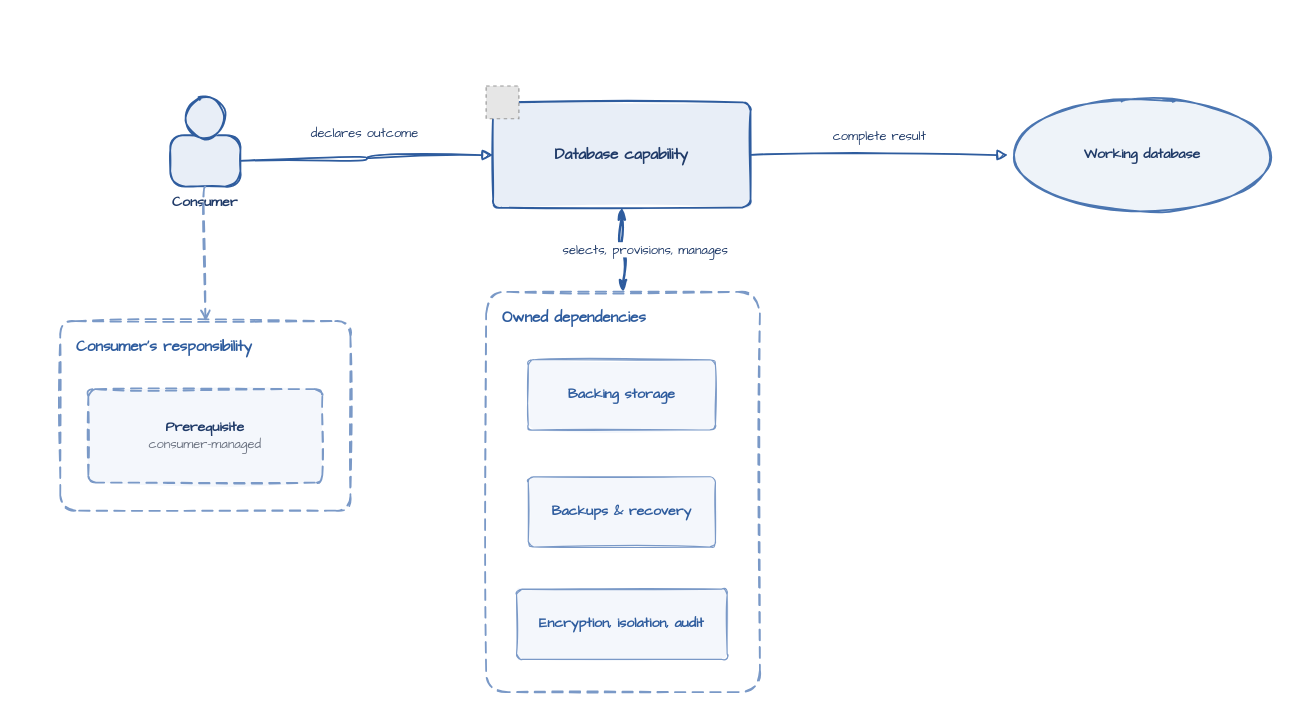
This is diagrams/factor-3-encapsulated-dependencies.drawio from missBerg/platform-capabilities, a draw.io file, before an edit. Source tidied: cells renumbered, new cells numbered last; positions are measured from the earlier drawing's top-left corner, leaving out a move shared by most shapes. Both pictures are drawn from the tidied source at 117%, with x=0, y=0 at pixel (60, 85). Pictures stored in the file or linked from it are replaced by grey dashed boxes.
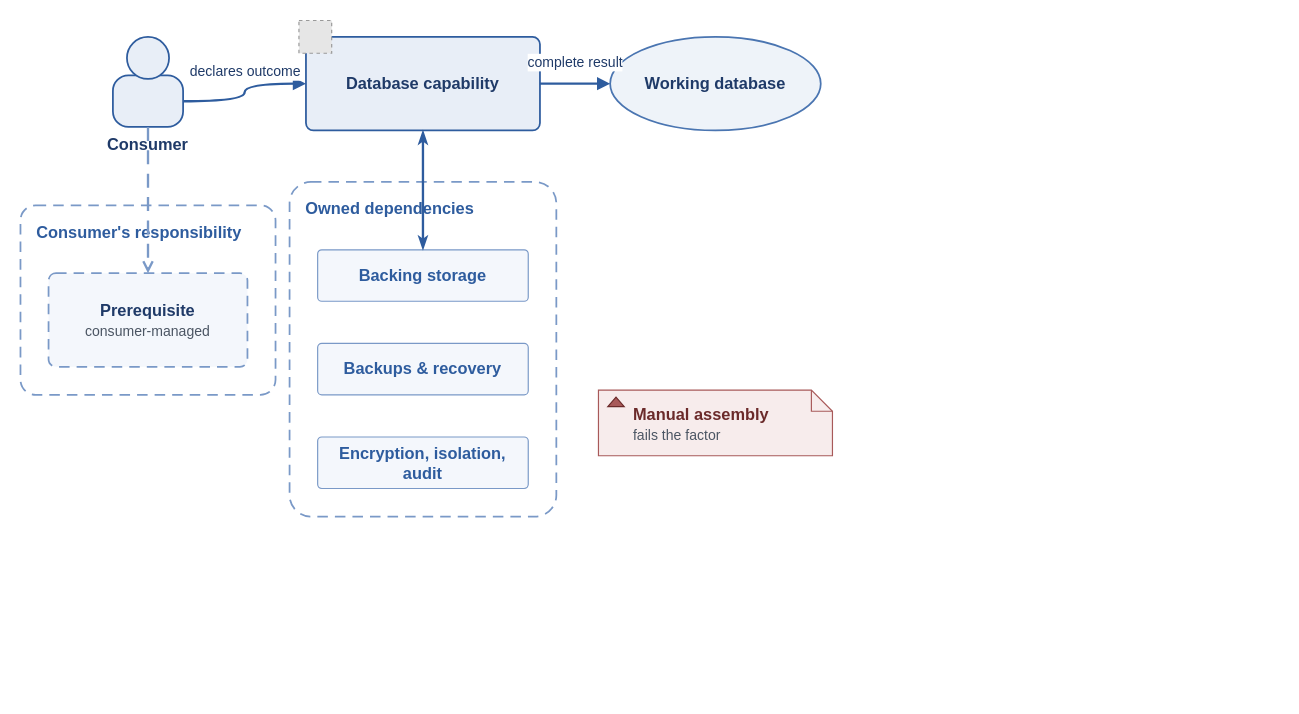
The same diagram, later.

Diff of the diagram source:
```diff
@@
-    <mxCell id="2" value="&lt;b&gt;Consumer&amp;#x27;s responsibility&lt;/b&gt;" style="rounded=1;whiteSpace=wrap;html=1;arcSize=8;fillColor=none;strokeColor=#7A99C7;strokeWidth=1.5;fontColor=#2E5C9E;fontFamily=Comic Sans MS;fontSize=13;align=left;verticalAlign=top;dashed=1;dashPattern=6 4;spacingLeft=12;spacingTop=8;shadow=0;sketch=1;" parent="1" vertex="1">
-      <mxGeometry y="201" width="248" height="162" as="geometry" />
+    <mxCell id="2" value="&lt;b&gt;Consumer&amp;#x27;s responsibility&lt;/b&gt;" style="rounded=1;whiteSpace=wrap;html=1;arcSize=8;fillColor=none;strokeColor=#7A99C7;strokeWidth=1.5;fontColor=#2E5C9E;fontFamily=Helvetica;fontSize=14;align=left;verticalAlign=top;dashed=1;dashPattern=6 4;spacingLeft=12;spacingTop=8;shadow=0;" parent="1" vertex="1">
+      <mxGeometry x="-34" y="102" width="218" height="162" as="geometry" />
     </mxCell>
-    <mxCell id="3" value="&lt;b&gt;Owned dependencies&lt;/b&gt;" style="rounded=1;whiteSpace=wrap;html=1;arcSize=8;fillColor=none;strokeColor=#7A99C7;strokeWidth=1.5;fontColor=#2E5C9E;fontFamily=Comic Sans MS;fontSize=13;align=left;verticalAlign=top;dashed=1;dashPattern=6 4;spacingLeft=12;spacingTop=8;shadow=0;sketch=1;" parent="1" vertex="1">
-      <mxGeometry x="364" y="176" width="234" height="342" as="geometry" />
+    <mxCell id="3" value="&lt;b&gt;Owned dependencies&lt;/b&gt;" style="rounded=1;whiteSpace=wrap;html=1;arcSize=8;fillColor=none;strokeColor=#7A99C7;strokeWidth=1.5;fontColor=#2E5C9E;fontFamily=Helvetica;fontSize=14;align=left;verticalAlign=top;dashed=1;dashPattern=6 4;spacingLeft=12;spacingTop=8;shadow=0;" parent="1" vertex="1">
+      <mxGeometry x="196" y="82" width="228" height="286" as="geometry" />
     </mxCell>
-    <mxCell id="4" value="&lt;b&gt;Consumer&lt;/b&gt;" style="rounded=1;whiteSpace=wrap;html=1;arcSize=30;fillColor=#E8EEF7;strokeColor=#2E5C9E;strokeWidth=1.5;fontColor=#1F3A68;fontFamily=Comic Sans MS;fontSize=12;verticalLabelPosition=bottom;verticalAlign=top;labelPosition=center;align=center;shadow=0;sketch=1;fillStyle=solid;" parent="1" vertex="1">
-      <mxGeometry x="94" y="42" width="60" height="44" as="geometry" />
+    <mxCell id="4" value="&lt;b&gt;Consumer&lt;/b&gt;" style="rounded=1;whiteSpace=wrap;html=1;arcSize=30;fillColor=#E8EEF7;strokeColor=#2E5C9E;strokeWidth=1.5;fontColor=#1F3A68;fontFamily=Helvetica;fontSize=14;verticalLabelPosition=bottom;verticalAlign=top;labelPosition=center;align=center;shadow=0;" parent="1" vertex="1">
+      <mxGeometry x="45" y="-9" width="60" height="44" as="geometry" />
     </mxCell>
-    <mxCell id="5" style="ellipse;whiteSpace=wrap;html=1;fillColor=#E8EEF7;strokeColor=#2E5C9E;strokeWidth=1.5;shadow=0;sketch=1;fillStyle=solid;" parent="1" vertex="1">
-      <mxGeometry x="106" y="9" width="36" height="36" as="geometry" />
+    <mxCell id="5" style="ellipse;whiteSpace=wrap;html=1;fillColor=#E8EEF7;strokeColor=#2E5C9E;strokeWidth=1.5;shadow=0;" parent="1" vertex="1">
+      <mxGeometry x="57" y="-42" width="36" height="36" as="geometry" />
     </mxCell>
-    <mxCell id="6" value="&lt;b&gt;Prerequisite&lt;/b&gt;&lt;br&gt;&lt;font style=&quot;font-size: 11px&quot; color=&quot;#6B7280&quot;&gt;consumer-managed&lt;/font&gt;" style="rounded=1;whiteSpace=wrap;html=1;arcSize=8;fillColor=#F4F7FC;strokeColor=#7A99C7;strokeWidth=1.5;dashed=1;dashPattern=6 4;fontColor=#1F3A68;fontFamily=Comic Sans MS;fontSize=12;align=center;verticalAlign=middle;shadow=0;sketch=1;fillStyle=solid;" parent="1" vertex="1">
-      <mxGeometry x="24" y="259" width="200" height="80" as="geometry" />
+    <mxCell id="6" value="&lt;b&gt;Prerequisite&lt;/b&gt;&lt;br&gt;&lt;font style=&quot;font-size: 12px&quot; color=&quot;#4B5563&quot;&gt;consumer-managed&lt;/font&gt;" style="rounded=1;whiteSpace=wrap;html=1;arcSize=8;fillColor=#F4F7FC;strokeColor=#7A99C7;strokeWidth=1.5;dashed=1;dashPattern=6 4;fontColor=#1F3A68;fontFamily=Helvetica;fontSize=14;align=center;verticalAlign=middle;shadow=0;" parent="1" vertex="1">
+      <mxGeometry x="-10" y="160" width="170" height="80" as="geometry" />
     </mxCell>
-    <mxCell id="7" value="&lt;b&gt;Database capability&lt;/b&gt;" style="rounded=1;whiteSpace=wrap;html=1;arcSize=8;fillColor=#E8EEF7;strokeColor=#2E5C9E;strokeWidth=1.5;fontColor=#1F3A68;fontFamily=Comic Sans MS;fontSize=13;align=center;verticalAlign=middle;shadow=0;sketch=1;fillStyle=solid;" parent="1" vertex="1">
-      <mxGeometry x="370" y="14" width="220" height="90" as="geometry" />
+    <mxCell id="7" value="&lt;b&gt;Database capability&lt;/b&gt;" style="rounded=1;whiteSpace=wrap;html=1;arcSize=8;fillColor=#E8EEF7;strokeColor=#2E5C9E;strokeWidth=1.5;fontColor=#1F3A68;fontFamily=Helvetica;fontSize=14;align=center;verticalAlign=middle;shadow=0;" parent="1" vertex="1">
+      <mxGeometry x="210" y="-42" width="200" height="80" as="geometry" />
     </mxCell>
-    <mxCell id="8" style="fillColor=#E6E6E6;strokeColor=#999999;dashed=1;verticalLabelPosition=bottom;verticalAlign=top;align=center;fontFamily=Comic Sans MS;fontSize=12;fontColor=#1F3A68;" parent="1" vertex="1">
-      <mxGeometry x="364" width="28" height="28" as="geometry" />
+    <mxCell id="8" style="fillColor=#E6E6E6;strokeColor=#999999;dashed=1;verticalLabelPosition=bottom;verticalAlign=top;align=center;fontFamily=Helvetica;fontSize=14;fontColor=#1F3A68;" parent="1" vertex="1">
+      <mxGeometry x="204" y="-56" width="28" height="28" as="geometry" />
     </mxCell>
-    <mxCell id="9" value="&lt;b&gt;Backing storage&lt;/b&gt;" style="rounded=1;whiteSpace=wrap;html=1;arcSize=8;fillColor=#F4F7FC;strokeColor=#7A99C7;strokeWidth=1;fontColor=#2E5C9E;fontFamily=Comic Sans MS;fontSize=12;align=center;verticalAlign=middle;shadow=0;sketch=1;fillStyle=solid;" parent="1" vertex="1">
-      <mxGeometry x="400" y="234" width="160" height="60" as="geometry" />
+    <mxCell id="9" value="&lt;b&gt;Backing storage&lt;/b&gt;" style="rounded=1;whiteSpace=wrap;html=1;arcSize=8;fillColor=#F4F7FC;strokeColor=#7A99C7;strokeWidth=1;fontColor=#2E5C9E;fontFamily=Helvetica;fontSize=14;align=center;verticalAlign=middle;shadow=0;" parent="1" vertex="1">
+      <mxGeometry x="220" y="140" width="180" height="44" as="geometry" />
     </mxCell>
-    <mxCell id="10" value="&lt;b&gt;Backups &amp;amp; recovery&lt;/b&gt;" style="rounded=1;whiteSpace=wrap;html=1;arcSize=8;fillColor=#F4F7FC;strokeColor=#7A99C7;strokeWidth=1;fontColor=#2E5C9E;fontFamily=Comic Sans MS;fontSize=12;align=center;verticalAlign=middle;shadow=0;sketch=1;fillStyle=solid;" parent="1" vertex="1">
-      <mxGeometry x="400" y="334" width="160" height="60" as="geometry" />
+    <mxCell id="10" value="&lt;b&gt;Backups &amp;amp; recovery&lt;/b&gt;" style="rounded=1;whiteSpace=wrap;html=1;arcSize=8;fillColor=#F4F7FC;strokeColor=#7A99C7;strokeWidth=1;fontColor=#2E5C9E;fontFamily=Helvetica;fontSize=14;align=center;verticalAlign=middle;shadow=0;" parent="1" vertex="1">
+      <mxGeometry x="220" y="220" width="180" height="44" as="geometry" />
     </mxCell>
-    <mxCell id="11" value="&lt;b&gt;Encryption, isolation, audit&lt;/b&gt;" style="rounded=1;whiteSpace=wrap;html=1;arcSize=8;fillColor=#F4F7FC;strokeColor=#7A99C7;strokeWidth=1;fontColor=#2E5C9E;fontFamily=Comic Sans MS;fontSize=12;align=center;verticalAlign=middle;shadow=0;sketch=1;fillStyle=solid;" parent="1" vertex="1">
-      <mxGeometry x="390" y="430" width="180" height="60" as="geometry" />
+    <mxCell id="11" value="&lt;b&gt;Encryption, isolation, audit&lt;/b&gt;" style="rounded=1;whiteSpace=wrap;html=1;arcSize=8;fillColor=#F4F7FC;strokeColor=#7A99C7;strokeWidth=1;fontColor=#2E5C9E;fontFamily=Helvetica;fontSize=14;align=center;verticalAlign=middle;shadow=0;" parent="1" vertex="1">
+      <mxGeometry x="220" y="300" width="180" height="44" as="geometry" />
     </mxCell>
-    <mxCell id="12" value="&lt;b&gt;Working database&lt;/b&gt;" style="ellipse;whiteSpace=wrap;html=1;fillColor=#EEF3F9;strokeColor=#4A75B1;strokeWidth=1.5;fontColor=#1F3A68;fontFamily=Comic Sans MS;fontSize=12;align=center;verticalAlign=middle;shadow=0;sketch=1;fillStyle=solid;" parent="1" vertex="1">
-      <mxGeometry x="810" y="9" width="230" height="100" as="geometry" />
+    <mxCell id="12" value="&lt;b&gt;Working database&lt;/b&gt;" style="ellipse;whiteSpace=wrap;html=1;fillColor=#EEF3F9;strokeColor=#4A75B1;strokeWidth=1.5;fontColor=#1F3A68;fontFamily=Helvetica;fontSize=14;align=center;verticalAlign=middle;shadow=0;" parent="1" vertex="1">
+      <mxGeometry x="470" y="-42" width="180" height="80" as="geometry" />
     </mxCell>
+    <mxCell id="17" value="&lt;b&gt;Manual assembly&lt;/b&gt;&lt;br&gt;&lt;font style=&quot;font-size: 12px&quot; color=&quot;#4B5563&quot;&gt;fails the factor&lt;/font&gt;" style="shape=note;whiteSpace=wrap;html=1;backgroundOutline=1;fillColor=#F7ECEC;strokeColor=#A85959;strokeWidth=1;fontColor=#6B2A2A;fontFamily=Helvetica;fontSize=14;align=left;verticalAlign=top;spacingLeft=28;spacingTop=6;spacingRight=8;shadow=0;size=18;" parent="1" vertex="1">
+      <mxGeometry x="460" y="260" width="200" height="56" as="geometry" />
+    </mxCell>
+    <mxCell id="18" style="shape=triangle;direction=north;fillColor=#A85959;strokeColor=#6B2A2A;html=1;shadow=0;" parent="1" vertex="1">
+      <mxGeometry x="468" y="266" width="14" height="8" as="geometry" />
+    </mxCell>
-    <mxCell id="13" value="declares outcome" style="edgeStyle=orthogonalEdgeStyle;endArrow=block;html=1;rounded=0;strokeColor=#2E5C9E;strokeWidth=1.5;fontColor=#1F3A68;fontFamily=Comic Sans MS;fontSize=11;endFill=1;sketch=1;sketch=1;curveFitting=1;jiggle=2;curved=1;" parent="1" edge="1" source="4" target="7">
-      <mxGeometry x="0.02" y="19" relative="1" as="geometry">
-        <mxPoint x="-2" as="offset" />
+    <mxCell id="13" value="declares outcome" style="edgeStyle=orthogonalEdgeStyle;endArrow=block;html=1;rounded=0;strokeColor=#2E5C9E;strokeWidth=2;fontColor=#1F3A68;fontFamily=Helvetica;fontSize=12;endFill=1;curved=1;exitX=1;exitY=0.5;exitDx=0;exitDy=0;entryX=0;entryY=0.5;entryDx=0;entryDy=0;" parent="1" edge="1" source="4" target="7">
+      <mxGeometry relative="1" as="geometry">
+        <mxPoint y="-18" as="offset" />
       </mxGeometry>
     </mxCell>
-    <mxCell id="14" style="edgeStyle=orthogonalEdgeStyle;endArrow=open;html=1;rounded=0;strokeColor=#7A99C7;strokeWidth=1.5;dashed=1;dashPattern=6 4;fontColor=#1F3A68;fontFamily=Comic Sans MS;fontSize=11;sketch=1;sketch=1;curveFitting=1;jiggle=2;curved=1;exitX=0.5;exitY=1;exitDx=0;exitDy=0;entryX=0.5;entryY=0;entryDx=0;entryDy=0;" parent="1" edge="1" source="4" target="2">
+    <mxCell id="14" style="edgeStyle=orthogonalEdgeStyle;endArrow=open;html=1;rounded=0;strokeColor=#7A99C7;strokeWidth=2;dashed=1;dashPattern=6 4;fontColor=#1F3A68;fontFamily=Helvetica;fontSize=12;curved=1;exitX=0.5;exitY=1;exitDx=0;exitDy=0;entryX=0.5;entryY=0;entryDx=0;entryDy=0;" parent="1" edge="1" source="4" target="6">
       <mxGeometry relative="1" as="geometry" />
     </mxCell>
-    <mxCell id="15" value="selects, provisions, manages" style="edgeStyle=orthogonalEdgeStyle;endArrow=classicThin;startArrow=classicThin;html=1;curved=1;rounded=0;strokeColor=#2E5C9E;strokeWidth=2;fontColor=#1F3A68;fontFamily=Comic Sans MS;fontSize=11;sketch=1;sketch=1;curveFitting=1;jiggle=2;curved=1;exitX=0.5;exitY=1;exitDx=0;exitDy=0;entryX=0.5;entryY=0;entryDx=0;entryDy=0;" parent="1" edge="1" source="7" target="3">
-      <mxGeometry x="0.01" y="19" relative="1" as="geometry" />
+    <mxCell id="15" style="edgeStyle=orthogonalEdgeStyle;endArrow=classicThin;startArrow=classicThin;html=1;curved=1;rounded=0;strokeColor=#2E5C9E;strokeWidth=2;fontColor=#1F3A68;fontFamily=Helvetica;fontSize=12;curved=1;exitX=0.5;exitY=1;exitDx=0;exitDy=0;entryX=0.5;entryY=0;entryDx=0;entryDy=0;" parent="1" edge="1" source="7" target="9">
+      <mxGeometry relative="1" as="geometry" />
     </mxCell>
-    <mxCell id="16" value="complete result" style="edgeStyle=orthogonalEdgeStyle;endArrow=block;html=1;rounded=0;strokeColor=#2E5C9E;strokeWidth=1.5;fontColor=#1F3A68;fontFamily=Comic Sans MS;fontSize=11;endFill=1;sketch=1;sketch=1;curveFitting=1;jiggle=2;curved=1;" parent="1" edge="1" source="7" target="12">
+    <mxCell id="16" value="complete result" style="edgeStyle=orthogonalEdgeStyle;endArrow=block;html=1;rounded=0;strokeColor=#2E5C9E;strokeWidth=2;fontColor=#1F3A68;fontFamily=Helvetica;fontSize=12;endFill=1;curved=1;exitX=1;exitY=0.5;exitDx=0;exitDy=0;entryX=0;entryY=0.5;entryDx=0;entryDy=0;" parent="1" edge="1" source="7" target="12">
       <mxGeometry relative="1" as="geometry">
-        <mxPoint y="-16" as="offset" />
+        <mxPoint y="-18" as="offset" />
       </mxGeometry>
     </mxCell>
```
